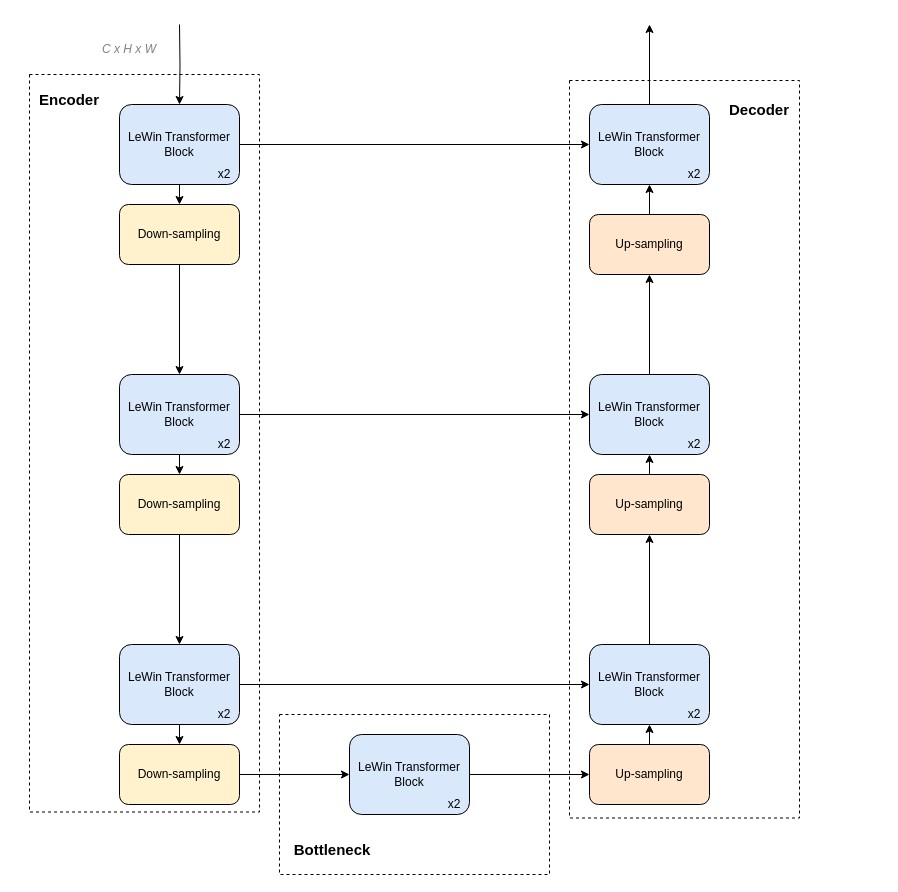
This is MTRNet.drawio from user815886724/Drawio, a draw.io file, before an edit. Source tidied: cells renumbered, new cells numbered last; positions are measured from the earlier drawing's top-left corner, leaving out a move shared by most shapes. Both pictures are drawn from the tidied source at 100%, with x=0, y=0 at pixel (29, 24).
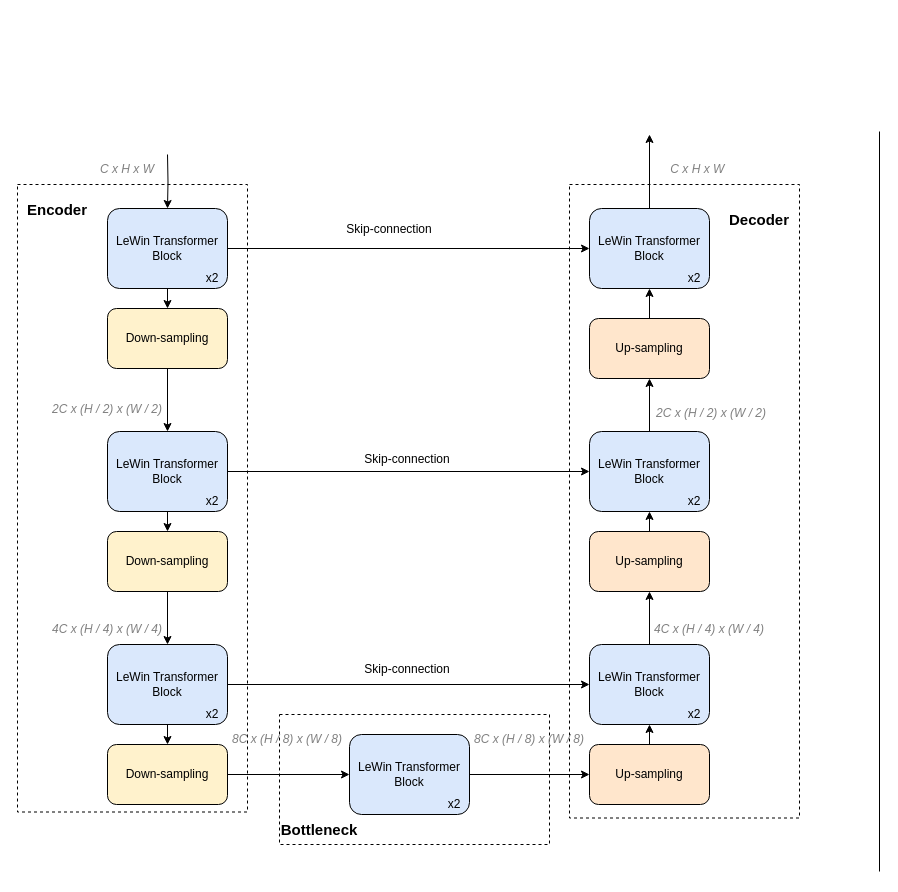
After the change.

Change to the diagram source:
```diff
@@
     <mxCell id="2" style="rounded=0;whiteSpace=wrap;html=1;shadow=0;glass=0;labelBackgroundColor=none;sketch=0;fontColor=default;strokeColor=default;fillColor=none;dashed=1;" parent="1" vertex="1">
-      <mxGeometry y="50" width="230" height="737.5" as="geometry" />
+      <mxGeometry x="-12" y="160" width="230" height="627.5" as="geometry" />
     </mxCell>
     <mxCell id="3" style="rounded=0;whiteSpace=wrap;html=1;shadow=0;glass=0;labelBackgroundColor=none;sketch=0;fontColor=default;strokeColor=default;fillColor=none;dashed=1;" parent="1" vertex="1">
-      <mxGeometry x="250" y="690" width="270" height="160" as="geometry" />
+      <mxGeometry x="250" y="690" width="270" height="130" as="geometry" />
     </mxCell>
     <mxCell id="4" style="rounded=0;whiteSpace=wrap;html=1;shadow=0;glass=0;labelBackgroundColor=none;sketch=0;fontColor=default;strokeColor=default;fillColor=none;dashed=1;" parent="1" vertex="1">
-      <mxGeometry x="540" y="56" width="230" height="737.5" as="geometry" />
+      <mxGeometry x="540" y="160" width="230" height="633.5" as="geometry" />
     </mxCell>
     <mxCell id="5" style="edgeStyle=orthogonalEdgeStyle;rounded=0;jettySize=auto;html=1;fontColor=default;strokeColor=default;labelBackgroundColor=default;" parent="1" edge="1" target="8">
       <mxGeometry relative="1" as="geometry">
-        <mxPoint x="150" as="sourcePoint" />
+        <mxPoint x="138" y="130" as="sourcePoint" />
       </mxGeometry>
     </mxCell>
@@
     <mxCell id="8" value="LeWin Transformer Block" style="rounded=1;whiteSpace=wrap;html=1;fillColor=#dae8fc;strokeColor=#000000;shadow=0;glass=0;sketch=0;labelBackgroundColor=none;fontColor=default;" parent="1" vertex="1">
-      <mxGeometry x="90" y="80" width="120" height="80" as="geometry" />
+      <mxGeometry x="78" y="184" width="120" height="80" as="geometry" />
     </mxCell>
     <mxCell id="9" value="x2" style="text;html=1;strokeColor=none;fillColor=none;align=center;verticalAlign=middle;whiteSpace=wrap;rounded=0;shadow=0;glass=0;sketch=0;fontColor=default;labelBackgroundColor=none;" parent="1" vertex="1">
-      <mxGeometry x="180" y="140" width="30" height="20" as="geometry" />
+      <mxGeometry x="168" y="244" width="30" height="20" as="geometry" />
     </mxCell>
@@
     <mxCell id="12" value="LeWin Transformer Block" style="rounded=1;whiteSpace=wrap;html=1;fillColor=#dae8fc;strokeColor=#000000;shadow=0;glass=0;sketch=0;labelBackgroundColor=none;fontColor=default;" parent="1" vertex="1">
-      <mxGeometry x="90" y="350" width="120" height="80" as="geometry" />
+      <mxGeometry x="78" y="407" width="120" height="80" as="geometry" />
     </mxCell>
     <mxCell id="13" value="x2" style="text;html=1;strokeColor=none;fillColor=none;align=center;verticalAlign=middle;whiteSpace=wrap;rounded=0;shadow=0;glass=0;sketch=0;fontColor=default;labelBackgroundColor=none;" parent="1" vertex="1">
-      <mxGeometry x="180" y="410" width="30" height="20" as="geometry" />
+      <mxGeometry x="168" y="467" width="30" height="20" as="geometry" />
     </mxCell>
@@
     <mxCell id="16" value="LeWin Transformer Block" style="rounded=1;whiteSpace=wrap;html=1;fillColor=#dae8fc;strokeColor=default;shadow=0;glass=0;sketch=0;labelBackgroundColor=none;fontColor=default;" parent="1" vertex="1">
-      <mxGeometry x="90" y="620" width="120" height="80" as="geometry" />
+      <mxGeometry x="78" y="620" width="120" height="80" as="geometry" />
     </mxCell>
     <mxCell id="17" value="x2" style="text;html=1;strokeColor=none;fillColor=none;align=center;verticalAlign=middle;whiteSpace=wrap;rounded=0;shadow=0;glass=0;sketch=0;fontColor=default;labelBackgroundColor=none;" parent="1" vertex="1">
-      <mxGeometry x="180" y="680" width="30" height="20" as="geometry" />
+      <mxGeometry x="168" y="680" width="30" height="20" as="geometry" />
     </mxCell>
@@
     <mxCell id="19" value="Down-sampling" style="rounded=1;whiteSpace=wrap;html=1;shadow=0;glass=0;labelBackgroundColor=none;sketch=0;strokeColor=#000000;fillColor=#fff2cc;fontColor=default;" parent="1" vertex="1">
-      <mxGeometry x="90" y="180" width="120" height="60" as="geometry" />
+      <mxGeometry x="78" y="284" width="120" height="60" as="geometry" />
     </mxCell>
@@
     <mxCell id="21" value="Down-sampling" style="rounded=1;whiteSpace=wrap;html=1;shadow=0;glass=0;labelBackgroundColor=none;sketch=0;strokeColor=#000000;fillColor=#fff2cc;fontColor=default;" parent="1" vertex="1">
-      <mxGeometry x="90" y="450" width="120" height="60" as="geometry" />
+      <mxGeometry x="78" y="507" width="120" height="60" as="geometry" />
     </mxCell>
@@
     <mxCell id="23" value="Down-sampling" style="rounded=1;whiteSpace=wrap;html=1;shadow=0;glass=0;labelBackgroundColor=none;sketch=0;strokeColor=#000000;fillColor=#fff2cc;fontColor=default;" parent="1" vertex="1">
-      <mxGeometry x="90" y="720" width="120" height="60" as="geometry" />
+      <mxGeometry x="78" y="720" width="120" height="60" as="geometry" />
     </mxCell>
     <mxCell id="24" value="&lt;i&gt;&lt;font&gt;C x H x W&lt;/font&gt;&lt;/i&gt;" style="text;html=1;strokeColor=none;fillColor=none;align=center;verticalAlign=middle;whiteSpace=wrap;rounded=0;shadow=0;glass=0;labelBackgroundColor=none;sketch=0;fontColor=#808080;" parent="1" vertex="1">
-      <mxGeometry x="70" y="10" width="60" height="30" as="geometry" />
+      <mxGeometry x="68" y="130" width="60" height="30" as="geometry" />
     </mxCell>
@@
     <mxCell id="34" value="LeWin Transformer Block" style="rounded=1;whiteSpace=wrap;html=1;fillColor=#dae8fc;strokeColor=default;shadow=0;glass=0;sketch=0;labelBackgroundColor=none;fontColor=default;" parent="1" vertex="1">
-      <mxGeometry x="560" y="350" width="120" height="80" as="geometry" />
+      <mxGeometry x="560" y="407" width="120" height="80" as="geometry" />
     </mxCell>
     <mxCell id="35" value="x2" style="text;html=1;strokeColor=none;fillColor=none;align=center;verticalAlign=middle;whiteSpace=wrap;rounded=0;shadow=0;glass=0;sketch=0;fontColor=default;labelBackgroundColor=none;" parent="1" vertex="1">
-      <mxGeometry x="650" y="410" width="30" height="20" as="geometry" />
+      <mxGeometry x="650" y="467" width="30" height="20" as="geometry" />
     </mxCell>
-    <mxCell id="36" style="edgeStyle=orthogonalEdgeStyle;rounded=0;jettySize=auto;html=1;exitX=0.5;exitY=0;exitDx=0;exitDy=0;entryX=0.5;entryY=1;entryDx=0;entryDy=0;labelBackgroundColor=default;fontColor=default;startArrow=none;startFill=0;endArrow=classic;endFill=1;strokeColor=default;" parent="1" edge="1" source="37">
+    <mxCell id="36" style="edgeStyle=orthogonalEdgeStyle;rounded=0;jettySize=auto;html=1;exitX=0.5;exitY=0;exitDx=0;exitDy=0;labelBackgroundColor=default;fontColor=default;startArrow=none;startFill=0;endArrow=classic;endFill=1;strokeColor=default;" parent="1" edge="1" source="37">
       <mxGeometry relative="1" as="geometry">
-        <mxPoint x="620" as="targetPoint" />
+        <mxPoint x="620" y="110" as="targetPoint" />
       </mxGeometry>
     </mxCell>
     <mxCell id="37" value="LeWin Transformer Block" style="rounded=1;whiteSpace=wrap;html=1;fillColor=#dae8fc;strokeColor=default;shadow=0;glass=0;sketch=0;labelBackgroundColor=none;fontColor=default;" parent="1" vertex="1">
-      <mxGeometry x="560" y="80" width="120" height="80" as="geometry" />
+      <mxGeometry x="560" y="184" width="120" height="80" as="geometry" />
     </mxCell>
     <mxCell id="38" value="x2" style="text;html=1;strokeColor=none;fillColor=none;align=center;verticalAlign=middle;whiteSpace=wrap;rounded=0;shadow=0;glass=0;sketch=0;fontColor=default;labelBackgroundColor=none;" parent="1" vertex="1">
-      <mxGeometry x="650" y="140" width="30" height="20" as="geometry" />
+      <mxGeometry x="650" y="244" width="30" height="20" as="geometry" />
     </mxCell>
@@
     <mxCell id="40" value="Up-sampling" style="rounded=1;whiteSpace=wrap;html=1;shadow=0;glass=0;labelBackgroundColor=none;sketch=0;strokeColor=#000000;fillColor=#ffe6cc;fontColor=default;" parent="1" vertex="1">
-      <mxGeometry x="560" y="450" width="120" height="60" as="geometry" />
+      <mxGeometry x="560" y="507" width="120" height="60" as="geometry" />
     </mxCell>
@@
     <mxCell id="42" value="Up-sampling" style="rounded=1;whiteSpace=wrap;html=1;shadow=0;glass=0;labelBackgroundColor=none;sketch=0;strokeColor=#000000;fillColor=#ffe6cc;fontColor=default;" parent="1" vertex="1">
-      <mxGeometry x="560" y="190" width="120" height="60" as="geometry" />
+      <mxGeometry x="560" y="294" width="120" height="60" as="geometry" />
     </mxCell>
     <mxCell id="43" value="&lt;b&gt;&lt;font style=&quot;font-size: 15px&quot;&gt;Encoder&lt;/font&gt;&lt;/b&gt;" style="text;html=1;strokeColor=none;fillColor=none;align=center;verticalAlign=middle;whiteSpace=wrap;rounded=0;shadow=0;glass=0;dashed=1;labelBackgroundColor=none;sketch=0;fontColor=default;" parent="1" vertex="1">
-      <mxGeometry y="50" width="80" height="50" as="geometry" />
+      <mxGeometry x="-12" y="160" width="80" height="50" as="geometry" />
     </mxCell>
     <mxCell id="44" value="&lt;b&gt;&lt;font style=&quot;font-size: 15px&quot;&gt;Decoder&lt;/font&gt;&lt;/b&gt;" style="text;html=1;strokeColor=none;fillColor=none;align=center;verticalAlign=middle;whiteSpace=wrap;rounded=0;shadow=0;glass=0;dashed=1;labelBackgroundColor=none;sketch=0;fontColor=default;" parent="1" vertex="1">
-      <mxGeometry x="690" y="60" width="80" height="50" as="geometry" />
+      <mxGeometry x="690" y="170" width="80" height="50" as="geometry" />
     </mxCell>
     <mxCell id="45" value="&lt;span style=&quot;font-size: 15px&quot;&gt;&lt;b&gt;Bottleneck&lt;/b&gt;&lt;/span&gt;" style="text;html=1;strokeColor=none;fillColor=none;align=center;verticalAlign=middle;whiteSpace=wrap;rounded=0;shadow=0;glass=0;dashed=1;labelBackgroundColor=none;sketch=0;fontColor=default;" parent="1" vertex="1">
-      <mxGeometry x="263" y="800" width="80" height="50" as="geometry" />
+      <mxGeometry x="250" y="780" width="80" height="50" as="geometry" />
     </mxCell>
+    <mxCell id="46" value="&lt;i&gt;&lt;font&gt;2C x (H / 2) x (W / 2)&lt;/font&gt;&lt;/i&gt;" style="text;html=1;strokeColor=none;fillColor=none;align=center;verticalAlign=middle;whiteSpace=wrap;rounded=0;shadow=0;glass=0;labelBackgroundColor=none;sketch=0;fontColor=#808080;" parent="1" vertex="1">
+      <mxGeometry x="18" y="370" width="120" height="30" as="geometry" />
+    </mxCell>
+    <mxCell id="47" value="&lt;i&gt;&lt;font&gt;4C x (H / 4) x (W / 4)&lt;/font&gt;&lt;/i&gt;" style="text;html=1;strokeColor=none;fillColor=none;align=center;verticalAlign=middle;whiteSpace=wrap;rounded=0;shadow=0;glass=0;labelBackgroundColor=none;sketch=0;fontColor=#808080;" parent="1" vertex="1">
+      <mxGeometry x="18" y="590" width="120" height="30" as="geometry" />
+    </mxCell>
+    <mxCell id="48" value="&lt;i&gt;&lt;font&gt;8C x (H / 8) x (W / 8)&lt;/font&gt;&lt;/i&gt;" style="text;html=1;strokeColor=none;fillColor=none;align=center;verticalAlign=middle;whiteSpace=wrap;rounded=0;shadow=0;glass=0;labelBackgroundColor=none;sketch=0;fontColor=#808080;" parent="1" vertex="1">
+      <mxGeometry x="198" y="700" width="120" height="30" as="geometry" />
+    </mxCell>
+    <mxCell id="49" value="&lt;i&gt;&lt;font&gt;8C x (H / 8) x (W / 8)&lt;/font&gt;&lt;/i&gt;" style="text;html=1;strokeColor=none;fillColor=none;align=center;verticalAlign=middle;whiteSpace=wrap;rounded=0;shadow=0;glass=0;labelBackgroundColor=none;sketch=0;fontColor=#808080;" parent="1" vertex="1">
+      <mxGeometry x="440" y="700" width="120" height="30" as="geometry" />
+    </mxCell>
+    <mxCell id="50" value="&lt;i&gt;&lt;font&gt;4C x (H / 4) x (W / 4)&lt;/font&gt;&lt;/i&gt;" style="text;html=1;strokeColor=none;fillColor=none;align=center;verticalAlign=middle;whiteSpace=wrap;rounded=0;shadow=0;glass=0;labelBackgroundColor=none;sketch=0;fontColor=#808080;" parent="1" vertex="1">
+      <mxGeometry x="620" y="590" width="120" height="30" as="geometry" />
+    </mxCell>
+    <mxCell id="51" value="&lt;i&gt;&lt;font&gt;2C x (H / 2) x (W / 2)&lt;/font&gt;&lt;/i&gt;" style="text;html=1;strokeColor=none;fillColor=none;align=center;verticalAlign=middle;whiteSpace=wrap;rounded=0;shadow=0;glass=0;labelBackgroundColor=none;sketch=0;fontColor=#808080;" parent="1" vertex="1">
+      <mxGeometry x="622" y="374" width="120" height="30" as="geometry" />
+    </mxCell>
+    <mxCell id="52" value="&lt;i&gt;&lt;font&gt;C x H x W&amp;nbsp;&lt;/font&gt;&lt;/i&gt;" style="text;html=1;strokeColor=none;fillColor=none;align=center;verticalAlign=middle;whiteSpace=wrap;rounded=0;shadow=0;glass=0;labelBackgroundColor=none;sketch=0;fontColor=#808080;" parent="1" vertex="1">
+      <mxGeometry x="610" y="130" width="120" height="30" as="geometry" />
+    </mxCell>
+    <mxCell id="53" value="Skip-connection" style="text;html=1;strokeColor=none;fillColor=none;align=center;verticalAlign=middle;whiteSpace=wrap;rounded=0;" parent="1" vertex="1">
+      <mxGeometry x="318" y="420" width="120" height="30" as="geometry" />
+    </mxCell>
+    <mxCell id="54" value="Skip-connection" style="text;html=1;strokeColor=none;fillColor=none;align=center;verticalAlign=middle;whiteSpace=wrap;rounded=0;" parent="1" vertex="1">
+      <mxGeometry x="318" y="630" width="120" height="30" as="geometry" />
+    </mxCell>
+    <mxCell id="55" value="Skip-connection" style="text;html=1;strokeColor=none;fillColor=none;align=center;verticalAlign=middle;whiteSpace=wrap;rounded=0;" parent="1" vertex="1">
+      <mxGeometry x="300" y="190" width="120" height="30" as="geometry" />
+    </mxCell>
+    <mxCell id="56" style="endArrow=none;html=1;rounded=0;" parent="1" edge="1">
+      <mxGeometry relative="1" as="geometry">
+        <mxPoint x="850" y="847" as="sourcePoint" />
+        <mxPoint x="850" y="107" as="targetPoint" />
+      </mxGeometry>
+    </mxCell>
```
